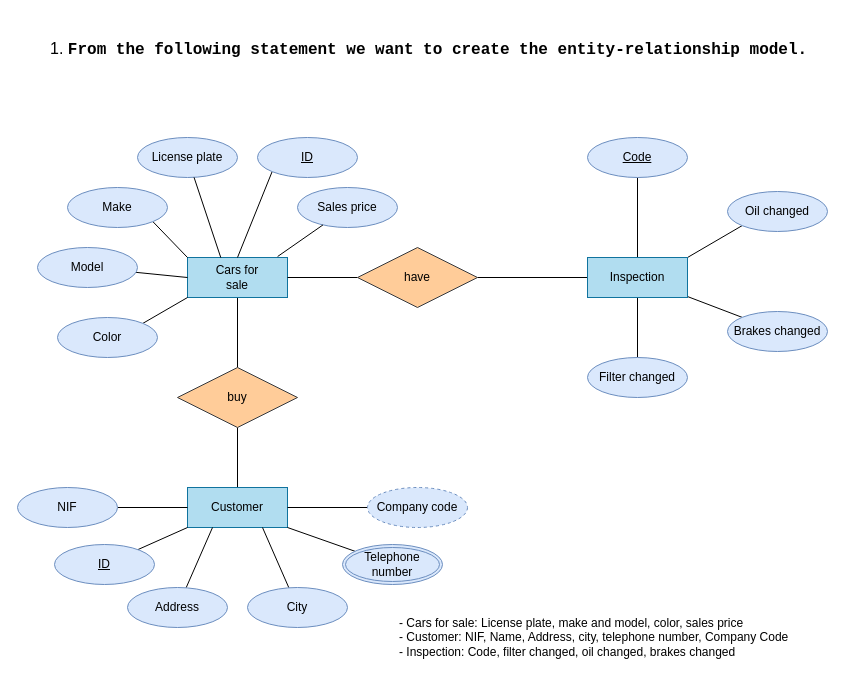
Above: task er.drawio in Maek0s/1DAM_Databases (draw.io), before the change. Source tidied: cells renumbered, new cells numbered last; positions are measured from the earlier drawing's top-left corner, leaving out a move shared by most shapes. Both pictures are drawn from the tidied source at 100%, with x=0, y=0 at pixel (17, 17).
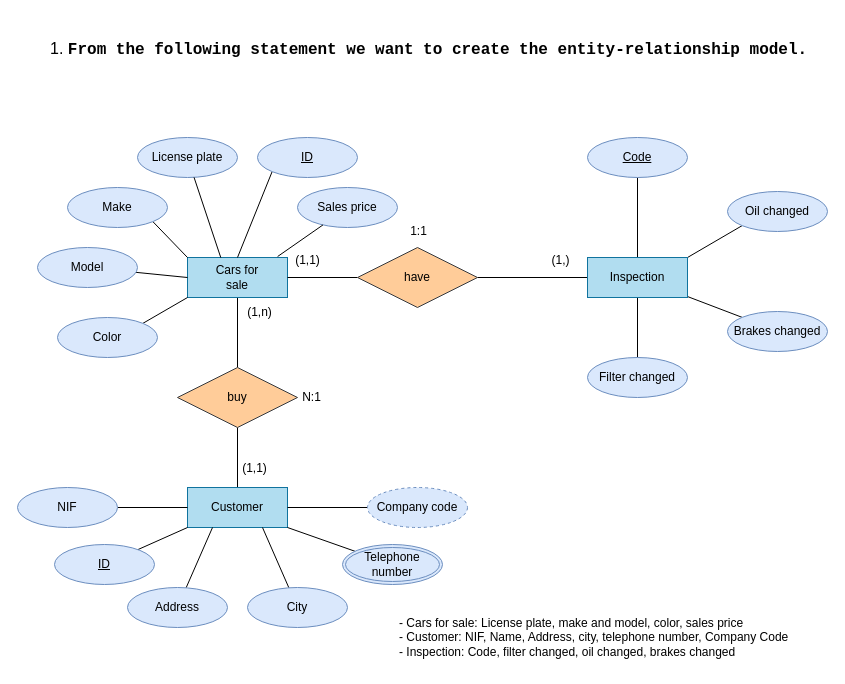
After the change.

Change to the diagram source:
```diff
@@
+    <mxCell id="45" value="(1,n)" style="text;html=1;align=center;verticalAlign=middle;strokeColor=none;fillColor=none;" parent="1" vertex="1">
+      <mxGeometry x="220" y="282" width="43" height="26" as="geometry" />
+    </mxCell>
+    <mxCell id="46" value="(1,1)" style="text;html=1;align=center;verticalAlign=middle;strokeColor=none;fillColor=none;" parent="1" vertex="1">
+      <mxGeometry x="215" y="438" width="43" height="26" as="geometry" />
+    </mxCell>
+    <mxCell id="47" value="N:1" style="text;html=1;align=center;verticalAlign=middle;strokeColor=none;fillColor=none;" parent="1" vertex="1">
+      <mxGeometry x="275" y="367" width="37" height="26" as="geometry" />
+    </mxCell>
+    <mxCell id="48" value="(1,1)" style="text;html=1;align=center;verticalAlign=middle;strokeColor=none;fillColor=none;" parent="1" vertex="1">
+      <mxGeometry x="268" y="230" width="43" height="26" as="geometry" />
+    </mxCell>
+    <mxCell id="49" value="(1,)" style="text;html=1;align=center;verticalAlign=middle;strokeColor=none;fillColor=none;" parent="1" vertex="1">
+      <mxGeometry x="525" y="230" width="36" height="26" as="geometry" />
+    </mxCell>
+    <mxCell id="50" value="1:1" style="text;html=1;align=center;verticalAlign=middle;strokeColor=none;fillColor=none;" parent="1" vertex="1">
+      <mxGeometry x="383" y="201" width="35" height="26" as="geometry" />
+    </mxCell>
```
